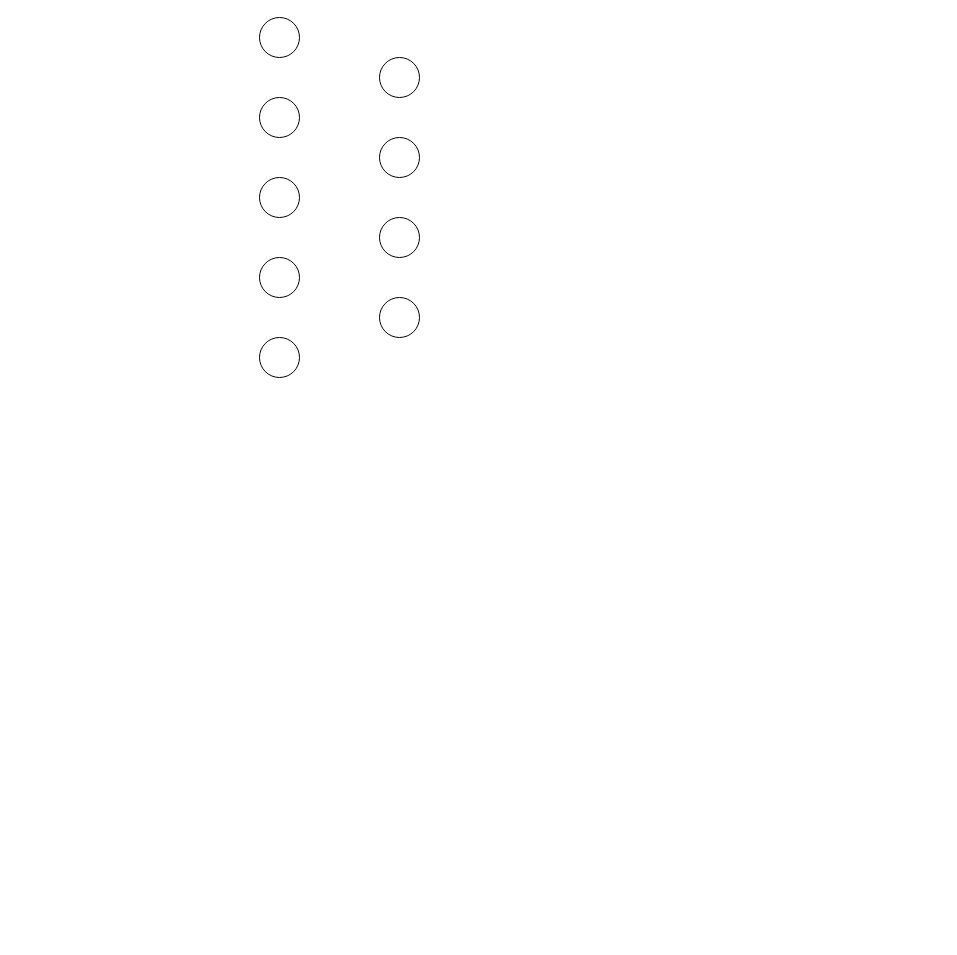
This is stram.drawio from nathanielcychang/docs, a draw.io file, before an edit. Source tidied: cells renumbered, new cells numbered last; positions are measured from the earlier drawing's top-left corner, leaving out a move shared by most shapes. Both pictures are drawn from the tidied source at 100%, with x=0, y=0 at pixel (259, 17).
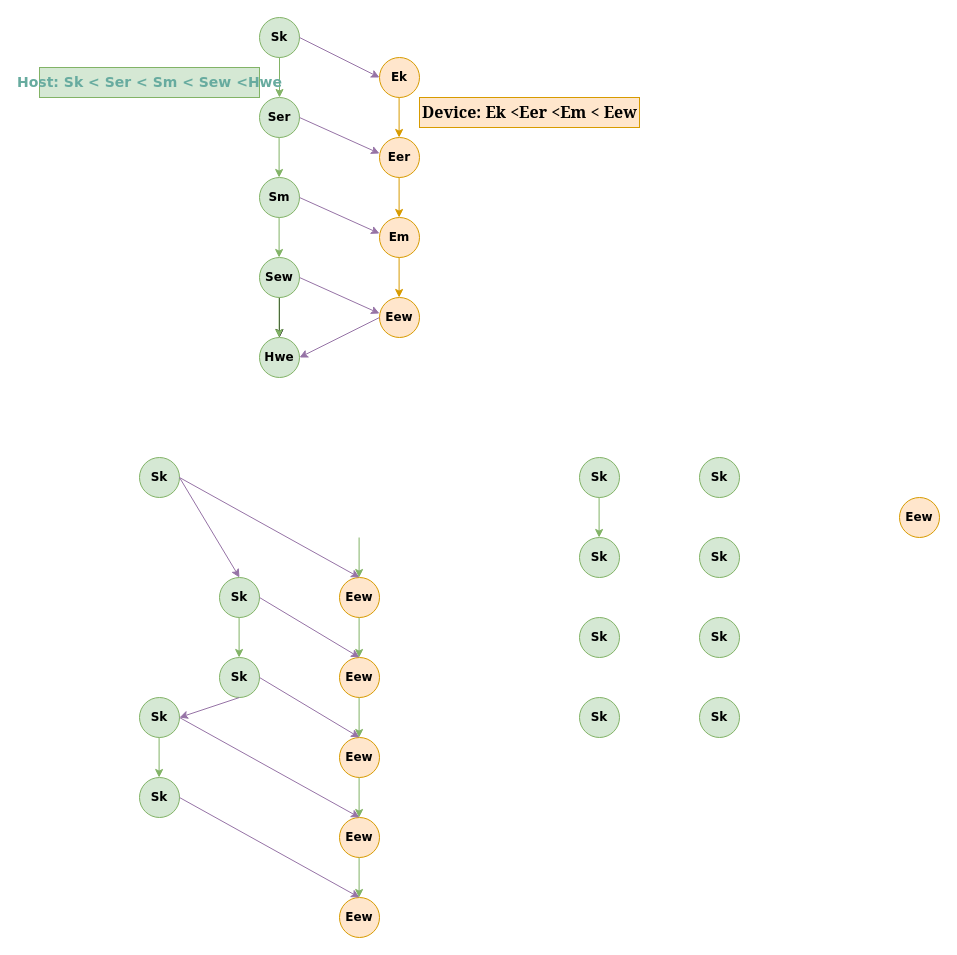
The same diagram, later.

What changed in the source:
```diff
@@
-    <mxCell id="2" style="ellipse;whiteSpace=wrap;html=1;" parent="1" vertex="1">
+    <mxCell id="2" value="Sk" style="ellipse;whiteSpace=wrap;html=1;fillColor=#d5e8d4;strokeColor=#82b366;fontStyle=1;fontFamily=Verdana;" parent="1" vertex="1">
       <mxGeometry width="40" height="40" as="geometry" />
     </mxCell>
+    <mxCell id="11" style="edgeStyle=orthogonalEdgeStyle;rounded=0;jettySize=auto;html=1;" parent="1" edge="1" source="3" target="7">
+      <mxGeometry relative="1" as="geometry" />
+    </mxCell>
-    <mxCell id="3" style="ellipse;whiteSpace=wrap;html=1;" parent="1" vertex="1">
+    <mxCell id="3" value="Sew" style="ellipse;whiteSpace=wrap;html=1;fillColor=#d5e8d4;strokeColor=#82b366;fontStyle=1;fontFamily=Verdana;" parent="1" vertex="1">
       <mxGeometry y="240" width="40" height="40" as="geometry" />
     </mxCell>
-    <mxCell id="4" style="ellipse;whiteSpace=wrap;html=1;" parent="1" vertex="1">
+    <mxCell id="4" value="Sm" style="ellipse;whiteSpace=wrap;html=1;fillColor=#d5e8d4;strokeColor=#82b366;fontStyle=1;fontFamily=Verdana;" parent="1" vertex="1">
       <mxGeometry y="160" width="40" height="40" as="geometry" />
     </mxCell>
-    <mxCell id="5" style="ellipse;whiteSpace=wrap;html=1;" parent="1" vertex="1">
+    <mxCell id="5" value="Ser" style="ellipse;whiteSpace=wrap;html=1;fillColor=#d5e8d4;strokeColor=#82b366;fontStyle=1;fontFamily=Verdana;" parent="1" vertex="1">
       <mxGeometry y="80" width="40" height="40" as="geometry" />
     </mxCell>
-    <mxCell id="6" style="ellipse;whiteSpace=wrap;html=1;" parent="1" vertex="1">
+    <mxCell id="6" value="Ek" style="ellipse;whiteSpace=wrap;html=1;fillColor=#ffe6cc;strokeColor=#d79b00;fontStyle=1;fontFamily=Verdana;" parent="1" vertex="1">
       <mxGeometry x="120" y="40" width="40" height="40" as="geometry" />
     </mxCell>
-    <mxCell id="7" style="ellipse;whiteSpace=wrap;html=1;" parent="1" vertex="1">
+    <mxCell id="7" value="Hwe" style="ellipse;whiteSpace=wrap;html=1;fillColor=#d5e8d4;strokeColor=#82b366;fontStyle=1;fontFamily=Verdana;" parent="1" vertex="1">
       <mxGeometry y="320" width="40" height="40" as="geometry" />
     </mxCell>
-    <mxCell id="8" style="ellipse;whiteSpace=wrap;html=1;" parent="1" vertex="1">
+    <mxCell id="8" value="Eew" style="ellipse;whiteSpace=wrap;html=1;fillColor=#ffe6cc;strokeColor=#d79b00;fontStyle=1;fontFamily=Verdana;" parent="1" vertex="1">
       <mxGeometry x="120" y="280" width="40" height="40" as="geometry" />
     </mxCell>
-    <mxCell id="9" style="ellipse;whiteSpace=wrap;html=1;" parent="1" vertex="1">
+    <mxCell id="9" value="Em" style="ellipse;whiteSpace=wrap;html=1;fillColor=#ffe6cc;strokeColor=#d79b00;fontStyle=1;fontFamily=Verdana;" parent="1" vertex="1">
       <mxGeometry x="120" y="200" width="40" height="40" as="geometry" />
     </mxCell>
-    <mxCell id="10" style="ellipse;whiteSpace=wrap;html=1;" parent="1" vertex="1">
+    <mxCell id="10" value="Eer" style="ellipse;whiteSpace=wrap;html=1;fillColor=#ffe6cc;strokeColor=#d79b00;fontStyle=1;fontFamily=Verdana;" parent="1" vertex="1">
       <mxGeometry x="120" y="120" width="40" height="40" as="geometry" />
     </mxCell>
+    <mxCell id="12" style="endArrow=classic;html=1;rounded=0;exitX=0.5;exitY=1;exitDx=0;exitDy=0;entryX=0.5;entryY=0;entryDx=0;entryDy=0;fillColor=#d5e8d4;strokeColor=#82b366;fontStyle=1;fontFamily=Verdana;fontColor=#5C61FF;" parent="1" edge="1" source="2" target="5">
+      <mxGeometry relative="1" as="geometry" />
+    </mxCell>
+    <mxCell id="13" style="endArrow=classic;html=1;rounded=0;exitX=0.5;exitY=1;exitDx=0;exitDy=0;entryX=0.5;entryY=0;entryDx=0;entryDy=0;fillColor=#d5e8d4;strokeColor=#82b366;fontStyle=1;fontFamily=Verdana;fontColor=#5C61FF;" parent="1" edge="1">
+      <mxGeometry relative="1" as="geometry">
+        <mxPoint x="19.6" y="120" as="sourcePoint" />
+        <mxPoint x="19.6" y="160" as="targetPoint" />
+      </mxGeometry>
+    </mxCell>
+    <mxCell id="14" style="endArrow=classic;html=1;rounded=0;exitX=0.5;exitY=1;exitDx=0;exitDy=0;entryX=0.5;entryY=0;entryDx=0;entryDy=0;fillColor=#d5e8d4;strokeColor=#82b366;fontStyle=1;fontFamily=Verdana;fontColor=#5C61FF;" parent="1" edge="1">
+      <mxGeometry relative="1" as="geometry">
+        <mxPoint x="19.6" y="200" as="sourcePoint" />
+        <mxPoint x="19.6" y="240" as="targetPoint" />
+      </mxGeometry>
+    </mxCell>
+    <mxCell id="15" style="endArrow=classic;html=1;rounded=0;exitX=0.5;exitY=1;exitDx=0;exitDy=0;entryX=0.5;entryY=0;entryDx=0;entryDy=0;fillColor=#d5e8d4;strokeColor=#82b366;fontStyle=1;fontFamily=Verdana;fontColor=#5C61FF;" parent="1" edge="1">
+      <mxGeometry relative="1" as="geometry">
+        <mxPoint x="19.6" y="280" as="sourcePoint" />
+        <mxPoint x="19.6" y="320" as="targetPoint" />
+      </mxGeometry>
+    </mxCell>
+    <mxCell id="16" style="endArrow=classic;html=1;rounded=0;exitX=0.5;exitY=1;exitDx=0;exitDy=0;entryX=0.5;entryY=0;entryDx=0;entryDy=0;fillColor=#ffe6cc;strokeColor=#d79b00;fontStyle=1;fontFamily=Verdana;fontColor=#5C61FF;" parent="1" edge="1">
+      <mxGeometry relative="1" as="geometry">
+        <mxPoint x="139.6" y="80" as="sourcePoint" />
+        <mxPoint x="139.6" y="120" as="targetPoint" />
+      </mxGeometry>
+    </mxCell>
+    <mxCell id="17" style="endArrow=classic;html=1;rounded=0;exitX=0.5;exitY=1;exitDx=0;exitDy=0;entryX=0.5;entryY=0;entryDx=0;entryDy=0;fillColor=#ffe6cc;strokeColor=#d79b00;fontStyle=1;fontFamily=Verdana;fontColor=#5C61FF;" parent="1" edge="1">
+      <mxGeometry relative="1" as="geometry">
+        <mxPoint x="139.6" y="160" as="sourcePoint" />
+        <mxPoint x="139.6" y="200" as="targetPoint" />
+      </mxGeometry>
+    </mxCell>
+    <mxCell id="18" style="endArrow=classic;html=1;rounded=0;exitX=0.5;exitY=1;exitDx=0;exitDy=0;entryX=0.5;entryY=0;entryDx=0;entryDy=0;fillColor=#ffe6cc;strokeColor=#d79b00;fontStyle=1;fontFamily=Verdana;fontColor=#5C61FF;" parent="1" edge="1">
+      <mxGeometry relative="1" as="geometry">
+        <mxPoint x="139.6" y="240" as="sourcePoint" />
+        <mxPoint x="139.6" y="280" as="targetPoint" />
+      </mxGeometry>
+    </mxCell>
+    <mxCell id="19" style="endArrow=classic;html=1;rounded=0;exitX=1;exitY=0.5;exitDx=0;exitDy=0;entryX=0;entryY=0.5;entryDx=0;entryDy=0;fillColor=#e1d5e7;strokeColor=#9673A6;" parent="1" edge="1" source="2" target="6">
+      <mxGeometry relative="1" as="geometry" />
+    </mxCell>
+    <mxCell id="20" style="endArrow=classic;html=1;rounded=0;exitX=1;exitY=0.5;exitDx=0;exitDy=0;entryX=0;entryY=0.5;entryDx=0;entryDy=0;fillColor=#e1d5e7;strokeColor=#9673A6;" parent="1" edge="1" source="5">
+      <mxGeometry relative="1" as="geometry">
+        <mxPoint x="120" y="136" as="targetPoint" />
+      </mxGeometry>
+    </mxCell>
+    <mxCell id="21" style="endArrow=classic;html=1;rounded=0;exitX=1;exitY=0.5;exitDx=0;exitDy=0;entryX=0;entryY=0.5;entryDx=0;entryDy=0;fillColor=#e1d5e7;strokeColor=#9673A6;" parent="1" edge="1">
+      <mxGeometry relative="1" as="geometry">
+        <mxPoint x="40" y="180" as="sourcePoint" />
+        <mxPoint x="120" y="216" as="targetPoint" />
+      </mxGeometry>
+    </mxCell>
+    <mxCell id="22" style="endArrow=classic;html=1;rounded=0;exitX=1;exitY=0.5;exitDx=0;exitDy=0;entryX=0;entryY=0.5;entryDx=0;entryDy=0;fillColor=#e1d5e7;strokeColor=#9673A6;" parent="1" edge="1">
+      <mxGeometry relative="1" as="geometry">
+        <mxPoint x="40" y="260" as="sourcePoint" />
+        <mxPoint x="120" y="296" as="targetPoint" />
+      </mxGeometry>
+    </mxCell>
+    <mxCell id="23" style="endArrow=classic;html=1;rounded=0;exitX=0;exitY=0.5;exitDx=0;exitDy=0;entryX=1;entryY=0.5;entryDx=0;entryDy=0;fillColor=#e1d5e7;strokeColor=#9673A6;" parent="1" edge="1" source="8" target="7">
+      <mxGeometry relative="1" as="geometry" />
+    </mxCell>
+    <mxCell id="24" value="&lt;b&gt;&lt;font face=&quot;Verdana&quot;&gt;&lt;font color=&quot;#67ab9f&quot; style=&quot;font-size: 14px;&quot;&gt;Host: Sk &amp;lt; Ser &amp;lt; Sm &amp;lt; Sew &amp;lt;Hwe&lt;/font&gt;&lt;br&gt;&lt;/font&gt;&lt;/b&gt;" style="text;html=1;align=center;verticalAlign=middle;strokeColor=#82b366;fillColor=#d5e8d4;" parent="1" vertex="1">
+      <mxGeometry x="-220" y="50" width="220" height="30" as="geometry" />
+    </mxCell>
+    <mxCell id="25" value="&lt;font face=&quot;Georgia&quot; style=&quot;font-size: 16px;&quot;&gt;Device: Ek &amp;lt;Eer &amp;lt;Em &amp;lt; Eew&lt;/font&gt;" style="text;html=1;align=center;verticalAlign=middle;strokeColor=#d79b00;fillColor=#ffe6cc;fontStyle=1;" parent="1" vertex="1">
+      <mxGeometry x="160" y="80" width="220" height="30" as="geometry" />
+    </mxCell>
+    <mxCell id="26" value="Sk" style="ellipse;whiteSpace=wrap;html=1;fillColor=#d5e8d4;strokeColor=#82b366;fontStyle=1;fontFamily=Verdana;" parent="1" vertex="1">
+      <mxGeometry x="-40" y="640" width="40" height="40" as="geometry" />
+    </mxCell>
+    <mxCell id="27" value="Sk" style="ellipse;whiteSpace=wrap;html=1;fillColor=#d5e8d4;strokeColor=#82b366;fontStyle=1;fontFamily=Verdana;" parent="1" vertex="1">
+      <mxGeometry x="-120" y="440" width="40" height="40" as="geometry" />
+    </mxCell>
+    <mxCell id="28" value="Sk" style="ellipse;whiteSpace=wrap;html=1;fillColor=#d5e8d4;strokeColor=#82b366;fontStyle=1;fontFamily=Verdana;" parent="1" vertex="1">
+      <mxGeometry x="-40" y="560" width="40" height="40" as="geometry" />
+    </mxCell>
+    <mxCell id="29" value="Sk" style="ellipse;whiteSpace=wrap;html=1;fillColor=#d5e8d4;strokeColor=#82b366;fontStyle=1;fontFamily=Verdana;" parent="1" vertex="1">
+      <mxGeometry x="-120" y="680" width="40" height="40" as="geometry" />
+    </mxCell>
+    <mxCell id="30" value="Sk" style="ellipse;whiteSpace=wrap;html=1;fillColor=#d5e8d4;strokeColor=#82b366;fontStyle=1;fontFamily=Verdana;" parent="1" vertex="1">
+      <mxGeometry x="-120" y="760" width="40" height="40" as="geometry" />
+    </mxCell>
+    <mxCell id="31" style="endArrow=classic;html=1;rounded=0;exitX=0.5;exitY=1;exitDx=0;exitDy=0;entryX=0.5;entryY=0;entryDx=0;entryDy=0;fillColor=#d5e8d4;strokeColor=#82b366;fontStyle=1;fontFamily=Verdana;fontColor=#5C61FF;" parent="1" edge="1">
+      <mxGeometry relative="1" as="geometry">
+        <mxPoint x="-100.4" y="720" as="sourcePoint" />
+        <mxPoint x="-100.4" y="760" as="targetPoint" />
+      </mxGeometry>
+    </mxCell>
+    <mxCell id="32" style="endArrow=classic;html=1;rounded=0;exitX=0.5;exitY=1;exitDx=0;exitDy=0;entryX=0.5;entryY=0;entryDx=0;entryDy=0;fillColor=#d5e8d4;strokeColor=#82b366;fontStyle=1;fontFamily=Verdana;fontColor=#5C61FF;" parent="1" edge="1">
+      <mxGeometry relative="1" as="geometry">
+        <mxPoint x="-20.4" y="600" as="sourcePoint" />
+        <mxPoint x="-20.4" y="640" as="targetPoint" />
+      </mxGeometry>
+    </mxCell>
+    <mxCell id="33" style="endArrow=classic;html=1;rounded=0;exitX=1;exitY=0.5;exitDx=0;exitDy=0;entryX=0.5;entryY=0;entryDx=0;entryDy=0;fillColor=#e1d5e7;strokeColor=#9673A6;" parent="1" edge="1" source="27">
+      <mxGeometry relative="1" as="geometry">
+        <mxPoint x="-20" y="560" as="targetPoint" />
+      </mxGeometry>
+    </mxCell>
+    <mxCell id="34" style="endArrow=classic;html=1;rounded=0;exitX=1;exitY=0.5;exitDx=0;exitDy=0;entryX=1;entryY=0.5;entryDx=0;entryDy=0;fillColor=#e1d5e7;strokeColor=#9673A6;" parent="1" edge="1" target="29">
+      <mxGeometry relative="1" as="geometry">
+        <mxPoint x="-20" y="680" as="sourcePoint" />
+      </mxGeometry>
+    </mxCell>
+    <mxCell id="35" value="Eew" style="ellipse;whiteSpace=wrap;html=1;fillColor=#ffe6cc;strokeColor=#d79b00;fontStyle=1;fontFamily=Verdana;" parent="1" vertex="1">
+      <mxGeometry x="80" y="880" width="40" height="40" as="geometry" />
+    </mxCell>
+    <mxCell id="36" value="Eew" style="ellipse;whiteSpace=wrap;html=1;fillColor=#ffe6cc;strokeColor=#d79b00;fontStyle=1;fontFamily=Verdana;" parent="1" vertex="1">
+      <mxGeometry x="80" y="800" width="40" height="40" as="geometry" />
+    </mxCell>
+    <mxCell id="37" value="Eew" style="ellipse;whiteSpace=wrap;html=1;fillColor=#ffe6cc;strokeColor=#d79b00;fontStyle=1;fontFamily=Verdana;" parent="1" vertex="1">
+      <mxGeometry x="80" y="720" width="40" height="40" as="geometry" />
+    </mxCell>
+    <mxCell id="38" value="Eew" style="ellipse;whiteSpace=wrap;html=1;fillColor=#ffe6cc;strokeColor=#d79b00;fontStyle=1;fontFamily=Verdana;" parent="1" vertex="1">
+      <mxGeometry x="80" y="640" width="40" height="40" as="geometry" />
+    </mxCell>
+    <mxCell id="39" value="Eew" style="ellipse;whiteSpace=wrap;html=1;fillColor=#ffe6cc;strokeColor=#d79b00;fontStyle=1;fontFamily=Verdana;" parent="1" vertex="1">
+      <mxGeometry x="80" y="560" width="40" height="40" as="geometry" />
+    </mxCell>
+    <mxCell id="40" style="endArrow=classic;html=1;rounded=0;exitX=1;exitY=0.5;exitDx=0;exitDy=0;fillColor=#e1d5e7;strokeColor=#9673A6;" parent="1" edge="1" source="27">
+      <mxGeometry relative="1" as="geometry">
+        <mxPoint x="100" y="560" as="targetPoint" />
+      </mxGeometry>
+    </mxCell>
+    <mxCell id="41" style="endArrow=classic;html=1;rounded=0;exitX=1;exitY=0.5;exitDx=0;exitDy=0;fillColor=#e1d5e7;strokeColor=#9673A6;entryX=0.5;entryY=0;entryDx=0;entryDy=0;" parent="1" edge="1" target="38">
+      <mxGeometry relative="1" as="geometry">
+        <mxPoint y="580" as="sourcePoint" />
+      </mxGeometry>
+    </mxCell>
+    <mxCell id="42" style="endArrow=classic;html=1;rounded=0;exitX=1;exitY=0.5;exitDx=0;exitDy=0;fillColor=#e1d5e7;strokeColor=#9673A6;entryX=0.5;entryY=0;entryDx=0;entryDy=0;" parent="1" edge="1" target="37">
+      <mxGeometry relative="1" as="geometry">
+        <mxPoint y="660" as="sourcePoint" />
+      </mxGeometry>
+    </mxCell>
+    <mxCell id="43" style="endArrow=classic;html=1;rounded=0;exitX=1;exitY=0.5;exitDx=0;exitDy=0;fillColor=#e1d5e7;strokeColor=#9673A6;entryX=0.5;entryY=0;entryDx=0;entryDy=0;" parent="1" edge="1" target="36">
+      <mxGeometry relative="1" as="geometry">
+        <mxPoint x="-80" y="700" as="sourcePoint" />
+      </mxGeometry>
+    </mxCell>
+    <mxCell id="44" style="endArrow=classic;html=1;rounded=0;exitX=1;exitY=0.5;exitDx=0;exitDy=0;fillColor=#e1d5e7;strokeColor=#9673A6;entryX=0.5;entryY=0;entryDx=0;entryDy=0;" parent="1" edge="1" target="35">
+      <mxGeometry relative="1" as="geometry">
+        <mxPoint x="-80" y="780" as="sourcePoint" />
+      </mxGeometry>
+    </mxCell>
+    <mxCell id="45" style="endArrow=classic;html=1;rounded=0;exitX=0.5;exitY=1;exitDx=0;exitDy=0;entryX=0.5;entryY=0;entryDx=0;entryDy=0;fillColor=#d5e8d4;strokeColor=#82b366;fontStyle=1;fontFamily=Verdana;fontColor=#5C61FF;" parent="1" edge="1">
+      <mxGeometry relative="1" as="geometry">
+        <mxPoint x="99.6" y="520" as="sourcePoint" />
+        <mxPoint x="99.6" y="560" as="targetPoint" />
+      </mxGeometry>
+    </mxCell>
+    <mxCell id="46" style="endArrow=classic;html=1;rounded=0;exitX=0.5;exitY=1;exitDx=0;exitDy=0;entryX=0.5;entryY=0;entryDx=0;entryDy=0;fillColor=#d5e8d4;strokeColor=#82b366;fontStyle=1;fontFamily=Verdana;fontColor=#5C61FF;" parent="1" edge="1">
+      <mxGeometry relative="1" as="geometry">
+        <mxPoint x="99.6" y="840" as="sourcePoint" />
+        <mxPoint x="99.6" y="880" as="targetPoint" />
+      </mxGeometry>
+    </mxCell>
+    <mxCell id="47" style="endArrow=classic;html=1;rounded=0;exitX=0.5;exitY=1;exitDx=0;exitDy=0;entryX=0.5;entryY=0;entryDx=0;entryDy=0;fillColor=#d5e8d4;strokeColor=#82b366;fontStyle=1;fontFamily=Verdana;fontColor=#5C61FF;" parent="1" edge="1">
+      <mxGeometry relative="1" as="geometry">
+        <mxPoint x="99.6" y="760" as="sourcePoint" />
+        <mxPoint x="99.6" y="800" as="targetPoint" />
+      </mxGeometry>
+    </mxCell>
+    <mxCell id="48" style="endArrow=classic;html=1;rounded=0;exitX=0.5;exitY=1;exitDx=0;exitDy=0;entryX=0.5;entryY=0;entryDx=0;entryDy=0;fillColor=#d5e8d4;strokeColor=#82b366;fontStyle=1;fontFamily=Verdana;fontColor=#5C61FF;" parent="1" edge="1">
+      <mxGeometry relative="1" as="geometry">
+        <mxPoint x="99.6" y="680" as="sourcePoint" />
+        <mxPoint x="99.6" y="720" as="targetPoint" />
+      </mxGeometry>
+    </mxCell>
+    <mxCell id="49" style="endArrow=classic;html=1;rounded=0;exitX=0.5;exitY=1;exitDx=0;exitDy=0;entryX=0.5;entryY=0;entryDx=0;entryDy=0;fillColor=#d5e8d4;strokeColor=#82b366;fontStyle=1;fontFamily=Verdana;fontColor=#5C61FF;" parent="1" edge="1">
+      <mxGeometry relative="1" as="geometry">
+        <mxPoint x="99.6" y="600" as="sourcePoint" />
+        <mxPoint x="99.6" y="640" as="targetPoint" />
+      </mxGeometry>
+    </mxCell>
+    <mxCell id="50" value="Sk" style="ellipse;whiteSpace=wrap;html=1;fillColor=#d5e8d4;strokeColor=#82b366;fontStyle=1;fontFamily=Verdana;" parent="1" vertex="1">
+      <mxGeometry x="320" y="440" width="40" height="40" as="geometry" />
+    </mxCell>
+    <mxCell id="51" value="Sk" style="ellipse;whiteSpace=wrap;html=1;fillColor=#d5e8d4;strokeColor=#82b366;fontStyle=1;fontFamily=Verdana;" parent="1" vertex="1">
+      <mxGeometry x="320" y="520" width="40" height="40" as="geometry" />
+    </mxCell>
+    <mxCell id="52" style="endArrow=classic;html=1;rounded=0;exitX=0.5;exitY=1;exitDx=0;exitDy=0;entryX=0.5;entryY=0;entryDx=0;entryDy=0;fillColor=#d5e8d4;strokeColor=#82b366;fontStyle=1;fontFamily=Verdana;fontColor=#5C61FF;" parent="1" edge="1">
+      <mxGeometry relative="1" as="geometry">
+        <mxPoint x="339.6" y="480" as="sourcePoint" />
+        <mxPoint x="339.6" y="520" as="targetPoint" />
+      </mxGeometry>
+    </mxCell>
+    <mxCell id="53" value="Sk" style="ellipse;whiteSpace=wrap;html=1;fillColor=#d5e8d4;strokeColor=#82b366;fontStyle=1;fontFamily=Verdana;" parent="1" vertex="1">
+      <mxGeometry x="440" y="520" width="40" height="40" as="geometry" />
+    </mxCell>
+    <mxCell id="54" value="Sk" style="ellipse;whiteSpace=wrap;html=1;fillColor=#d5e8d4;strokeColor=#82b366;fontStyle=1;fontFamily=Verdana;" parent="1" vertex="1">
+      <mxGeometry x="440" y="440" width="40" height="40" as="geometry" />
+    </mxCell>
+    <mxCell id="55" value="Sk" style="ellipse;whiteSpace=wrap;html=1;fillColor=#d5e8d4;strokeColor=#82b366;fontStyle=1;fontFamily=Verdana;" parent="1" vertex="1">
+      <mxGeometry x="320" y="680" width="40" height="40" as="geometry" />
+    </mxCell>
+    <mxCell id="56" value="Sk" style="ellipse;whiteSpace=wrap;html=1;fillColor=#d5e8d4;strokeColor=#82b366;fontStyle=1;fontFamily=Verdana;" parent="1" vertex="1">
+      <mxGeometry x="320" y="600" width="40" height="40" as="geometry" />
+    </mxCell>
+    <mxCell id="57" value="Sk" style="ellipse;whiteSpace=wrap;html=1;fillColor=#d5e8d4;strokeColor=#82b366;fontStyle=1;fontFamily=Verdana;" parent="1" vertex="1">
+      <mxGeometry x="440" y="680" width="40" height="40" as="geometry" />
+    </mxCell>
+    <mxCell id="58" value="Sk" style="ellipse;whiteSpace=wrap;html=1;fillColor=#d5e8d4;strokeColor=#82b366;fontStyle=1;fontFamily=Verdana;" parent="1" vertex="1">
+      <mxGeometry x="440" y="600" width="40" height="40" as="geometry" />
+    </mxCell>
+    <mxCell id="59" value="Eew" style="ellipse;whiteSpace=wrap;html=1;fillColor=#ffe6cc;strokeColor=#d79b00;fontStyle=1;fontFamily=Verdana;" parent="1" vertex="1">
+      <mxGeometry x="640" y="480" width="40" height="40" as="geometry" />
+    </mxCell>
```
